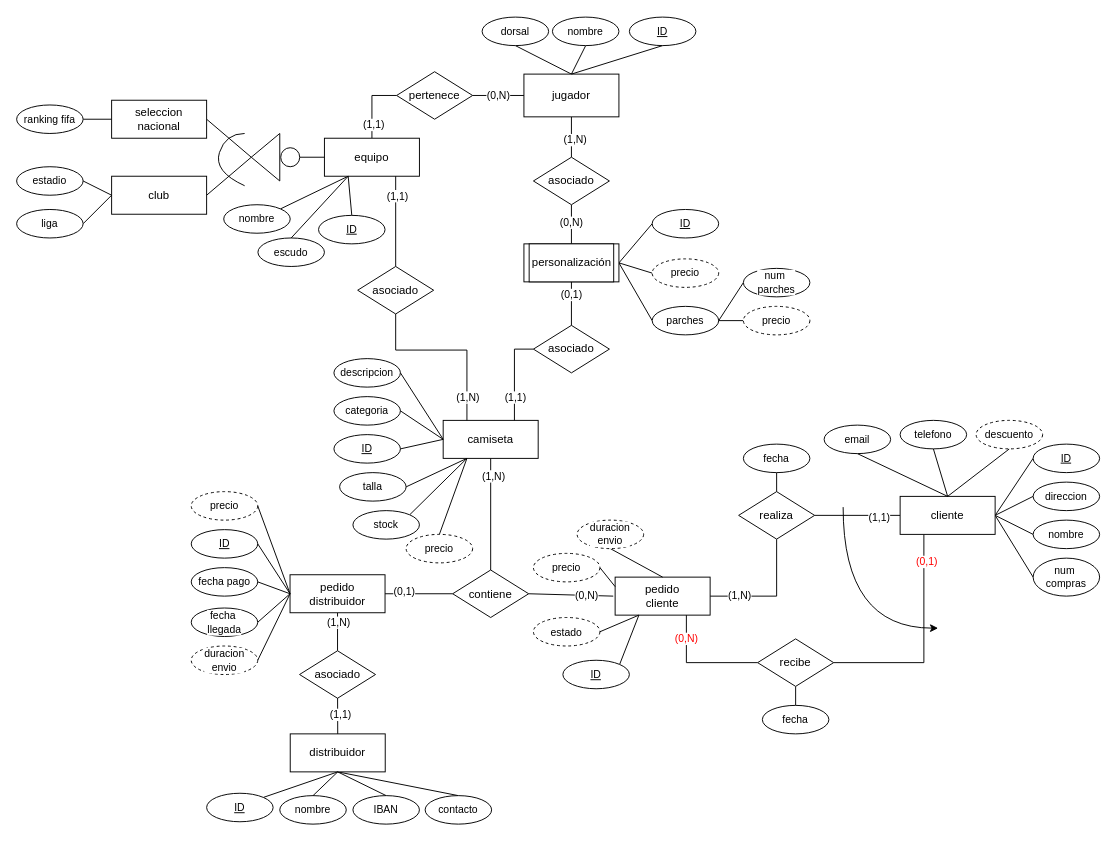
Above: pedidos_camisetas.drawio in Robertpm01/ADBD (draw.io), before the change. Source tidied: cells renumbered, new cells numbered last; positions are measured from the earlier drawing's top-left corner, leaving out a move shared by most shapes. Both pictures are drawn from the tidied source at 95%, with x=0, y=0 at pixel (16, 17).
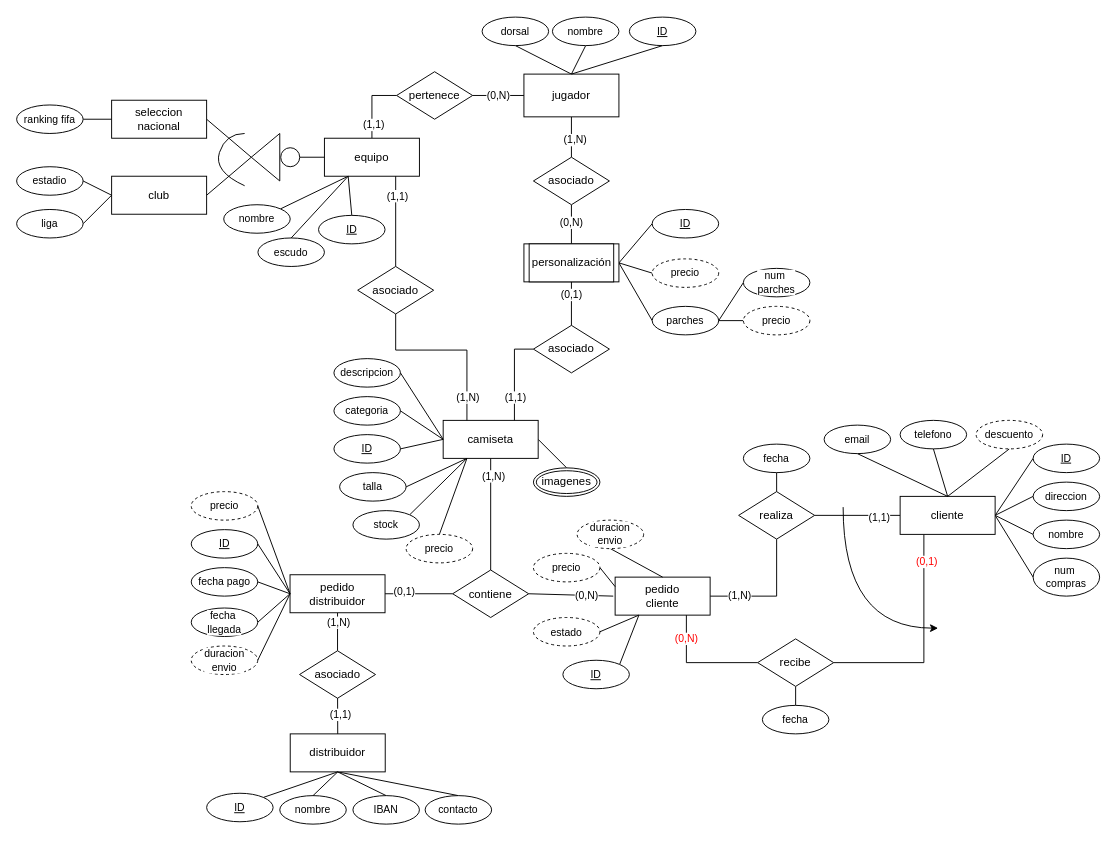
The same page after the edit.

Unchanged cells that the change refers to:
```xml
<mxCell id="5" value="camiseta" style="whiteSpace=wrap;html=1;align=center;" parent="1" vertex="1">
  <mxGeometry x="449" y="424" width="100" height="40" as="geometry" />
</mxCell>
```

Diff of the diagram source:
```diff
@@
+    <mxCell id="143" style="rounded=0;jettySize=auto;html=1;exitX=1;exitY=0.5;exitDx=0;exitDy=0;entryX=0.5;entryY=0;entryDx=0;entryDy=0;endArrow=none;endFill=0;" parent="1" edge="1" source="5" target="144">
+      <mxGeometry relative="1" as="geometry" />
+    </mxCell>
@@
+    <mxCell id="144" value="imagenes" style="ellipse;shape=doubleEllipse;margin=3;whiteSpace=wrap;html=1;align=center;" parent="1" vertex="1">
+      <mxGeometry x="544" y="474" width="70" height="30" as="geometry" />
+    </mxCell>
```
